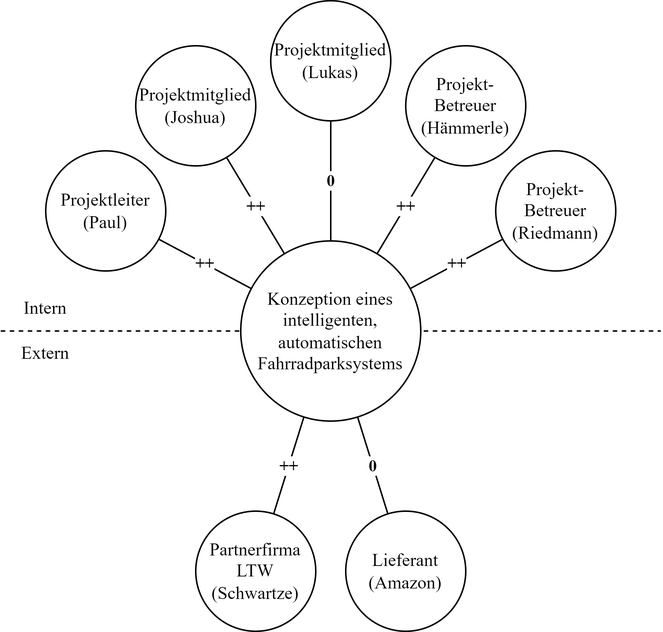
The draw.io diagram Diplomarbeit/images/projektumweltanalyse.png in jokil123/Fahrradturm, before a commit. Source tidied: cells renumbered, new cells last; positions are measured from the earlier drawing's top-left corner, leaving out a move shared by most shapes.
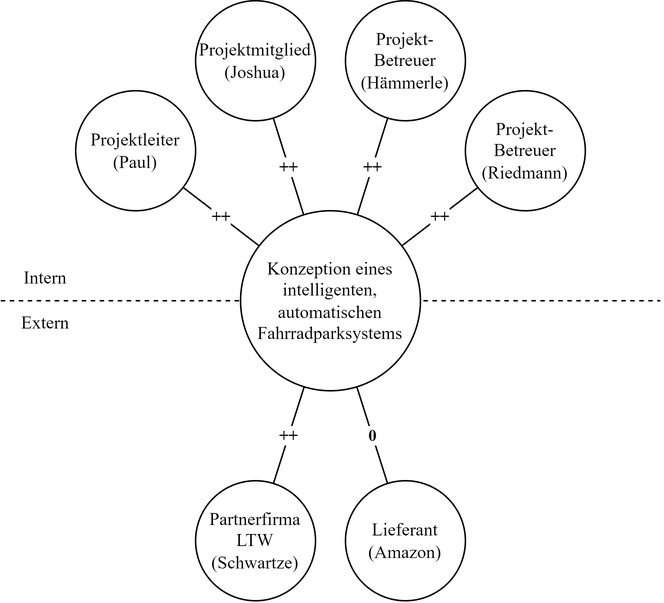
The same file after the commit.

Change to the diagram source:
```diff
@@ -27,25 +27,19 @@
       <mxGeometry relative="1" as="geometry" />
     </mxCell>
     <mxCell id="9" value="Projektleiter&lt;br&gt;(Paul)" style="ellipse;whiteSpace=wrap;html=1;fontFamily=Times New Roman;" parent="1" vertex="1">
-      <mxGeometry x="30" y="100" width="80" height="80" as="geometry" />
+      <mxGeometry x="50" y="80" width="80" height="80" as="geometry" />
     </mxCell>
     <mxCell id="10" value="++" style="edgeStyle=none;html=1;fontFamily=Times New Roman;endArrow=none;endFill=0;fontStyle=1;" parent="1" edge="1" source="11" target="5">
       <mxGeometry relative="1" as="geometry" />
     </mxCell>
     <mxCell id="11" value="Projektmitglied&lt;br&gt;(Joshua)" style="ellipse;whiteSpace=wrap;html=1;fontFamily=Times New Roman;" parent="1" vertex="1">
-      <mxGeometry x="90" y="30" width="80" height="80" as="geometry" />
+      <mxGeometry x="130" y="20" width="80" height="80" as="geometry" />
     </mxCell>
-    <mxCell id="12" value="0" style="edgeStyle=none;html=1;fontFamily=Times New Roman;endArrow=none;endFill=0;fontStyle=1;" parent="1" edge="1" source="13" target="5">
-      <mxGeometry relative="1" as="geometry" />
-    </mxCell>
-    <mxCell id="13" value="Projektmitglied&lt;br&gt;(Lukas)" style="ellipse;whiteSpace=wrap;html=1;fontFamily=Times New Roman;" parent="1" vertex="1">
-      <mxGeometry x="180" width="80" height="80" as="geometry" />
-    </mxCell>
     <mxCell id="14" value="++" style="edgeStyle=none;html=1;fontFamily=Times New Roman;endArrow=none;endFill=0;fontStyle=1;" parent="1" edge="1" source="15" target="5">
       <mxGeometry relative="1" as="geometry" />
     </mxCell>
     <mxCell id="15" value="Projekt-&lt;br&gt;Betreuer&lt;br&gt;(Hämmerle)" style="ellipse;whiteSpace=wrap;html=1;fontFamily=Times New Roman;" parent="1" vertex="1">
-      <mxGeometry x="270" y="30" width="80" height="80" as="geometry" />
+      <mxGeometry x="230" y="20" width="80" height="80" as="geometry" />
     </mxCell>
     <mxCell id="16" value="Partnerfirma&lt;br&gt;LTW&lt;br&gt;(Schwartze)" style="ellipse;whiteSpace=wrap;html=1;fontFamily=Times New Roman;" parent="1" vertex="1">
       <mxGeometry x="130" y="340" width="80" height="80" as="geometry" />
@@ -54,7 +48,7 @@
       <mxGeometry x="230" y="340" width="80" height="80" as="geometry" />
     </mxCell>
     <mxCell id="18" value="Projekt-&lt;br&gt;Betreuer&lt;br&gt;(Riedmann)" style="ellipse;whiteSpace=wrap;html=1;fontFamily=Times New Roman;" parent="1" vertex="1">
-      <mxGeometry x="330" y="100" width="80" height="80" as="geometry" />
+      <mxGeometry x="310" y="80" width="80" height="80" as="geometry" />
     </mxCell>
     <mxCell id="19" value="++" style="edgeStyle=none;html=1;fontFamily=Times New Roman;endArrow=none;endFill=0;fontStyle=1;" parent="1" edge="1" source="18" target="5">
       <mxGeometry relative="1" as="geometry" />
```
